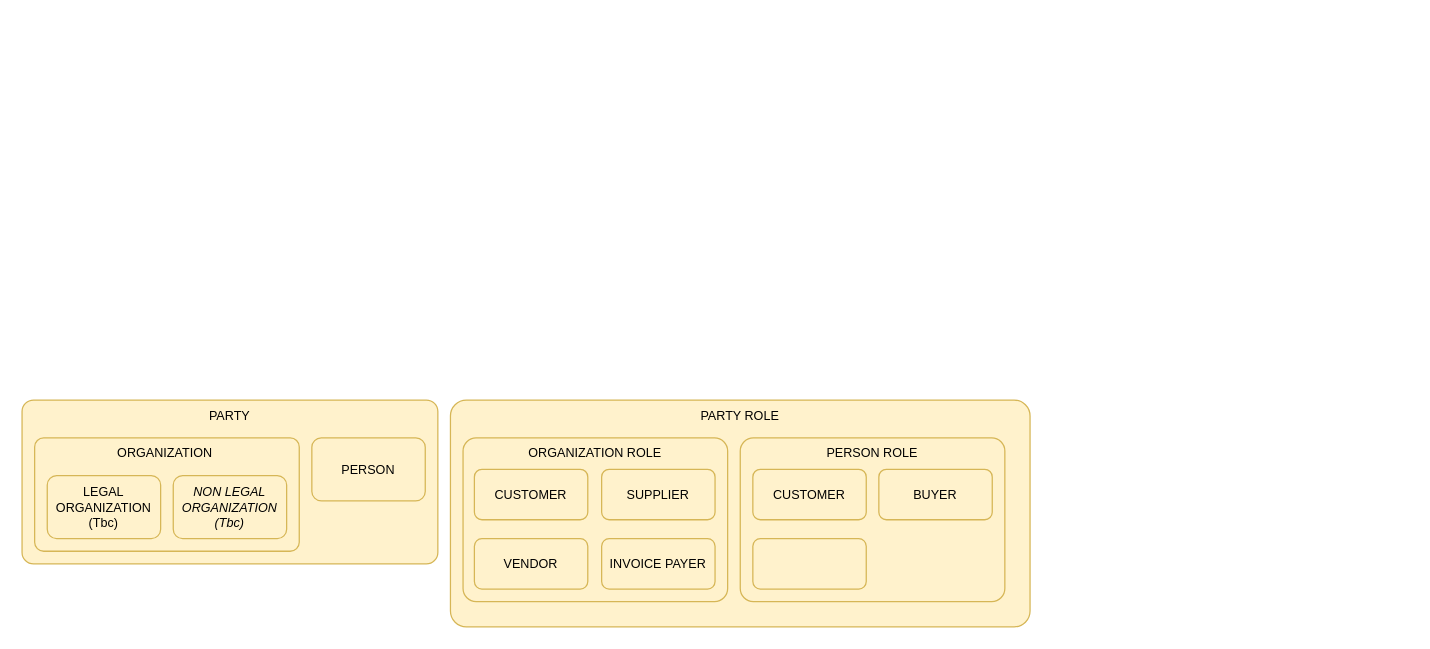
Earlier version of the draw.io diagram page "Page-5" (5 of 5) of docs/modeling/Customer-Manutan.drawio (pastel-gbetoho/PastelGbetoho-data-library). Source tidied: cells renumbered, new cells numbered last; positions are measured from the earlier drawing's top-left corner, leaving out a move shared by most shapes. Both pictures are drawn from the tidied source at 126%, with x=0, y=0 at pixel (21, 399).
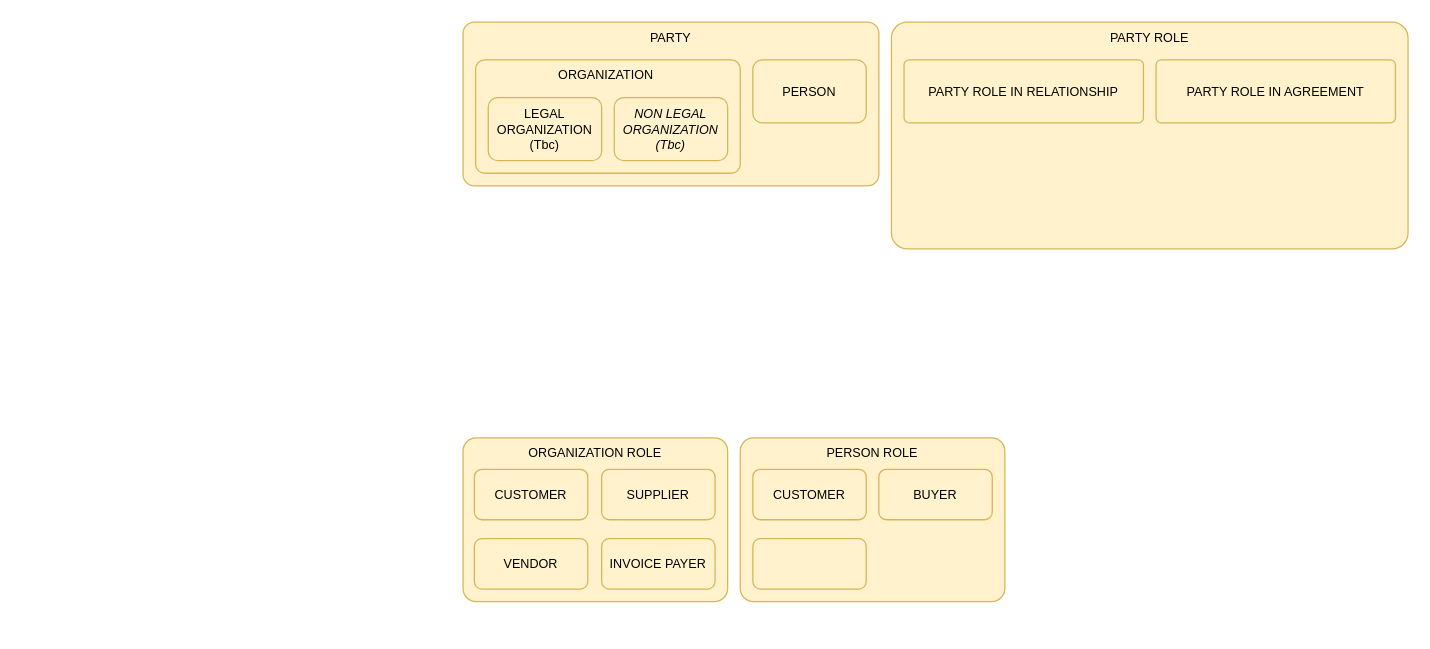
After the change.

Commit message:
Mettre à jour Customer-Manutan.drawio

Diff of the diagram source:
```diff
@@
 <mxGraphModel>
   <root>
     <mxCell id="0" />
     <mxCell id="1" parent="0" />
     <mxCell id="2" value="PARTY" style="rounded=1;whiteSpace=wrap;html=1;fillColor=#fff2cc;strokeColor=#d6b656;arcSize=7;verticalAlign=top;fontSize=10;" parent="1" vertex="1">
-      <mxGeometry width="330" height="130" as="geometry" />
+      <mxGeometry x="350" y="-300" width="330" height="130" as="geometry" />
     </mxCell>
     <mxCell id="3" value="ORGANIZATION&amp;nbsp;" style="rounded=1;whiteSpace=wrap;html=1;fillColor=#fff2cc;strokeColor=#d6b656;verticalAlign=top;arcSize=8;fontSize=10;" parent="1" vertex="1">
-      <mxGeometry x="10" y="30" width="210" height="90" as="geometry" />
+      <mxGeometry x="360" y="-270" width="210" height="90" as="geometry" />
     </mxCell>
     <mxCell id="4" value="LEGAL ORGANIZATION (Tbc)" style="rounded=1;whiteSpace=wrap;html=1;fillColor=#fff2cc;strokeColor=#d6b656;fontSize=10;" parent="1" vertex="1">
-      <mxGeometry x="20" y="60" width="90" height="50" as="geometry" />
+      <mxGeometry x="370" y="-240" width="90" height="50" as="geometry" />
     </mxCell>
     <mxCell id="5" value="NON LEGAL ORGANIZATION (Tbc)" style="rounded=1;whiteSpace=wrap;html=1;fillColor=#fff2cc;strokeColor=#d6b656;fontStyle=2;fontSize=10;" parent="1" vertex="1">
-      <mxGeometry x="120" y="60" width="90" height="50" as="geometry" />
+      <mxGeometry x="470" y="-240" width="90" height="50" as="geometry" />
     </mxCell>
     <mxCell id="6" value="PERSON" style="rounded=1;whiteSpace=wrap;html=1;fillColor=#fff2cc;strokeColor=#d6b656;fontSize=10;" parent="1" vertex="1">
-      <mxGeometry x="230" y="30" width="90" height="50" as="geometry" />
+      <mxGeometry x="580" y="-270" width="90" height="50" as="geometry" />
     </mxCell>
     <mxCell id="7" value="PARTY ROLE" style="rounded=1;whiteSpace=wrap;html=1;fillColor=#fff2cc;strokeColor=#d6b656;arcSize=7;verticalAlign=top;fontSize=10;" parent="1" vertex="1">
-      <mxGeometry x="340" width="460" height="180" as="geometry" />
+      <mxGeometry x="690" y="-300" width="410" height="180" as="geometry" />
     </mxCell>
     <mxCell id="8" value="ORGANIZATION ROLE" style="rounded=1;whiteSpace=wrap;html=1;fillColor=#fff2cc;strokeColor=#d6b656;verticalAlign=top;arcSize=8;fontSize=10;" parent="1" vertex="1">
       <mxGeometry x="350" y="30" width="210" height="130" as="geometry" />
     </mxCell>
     <mxCell id="9" value="CUSTOMER" style="rounded=1;whiteSpace=wrap;html=1;fillColor=#fff2cc;strokeColor=#d6b656;fontSize=10;" parent="1" vertex="1">
       <mxGeometry x="359" y="55" width="90" height="40" as="geometry" />
     </mxCell>
     <mxCell id="10" value="SUPPLIER" style="rounded=1;whiteSpace=wrap;html=1;fillColor=#fff2cc;strokeColor=#d6b656;fontSize=10;" parent="1" vertex="1">
       <mxGeometry x="460" y="55" width="90" height="40" as="geometry" />
     </mxCell>
     <mxCell id="11" value="VENDOR" style="rounded=1;whiteSpace=wrap;html=1;fillColor=#fff2cc;strokeColor=#d6b656;fontSize=10;" parent="1" vertex="1">
       <mxGeometry x="359" y="110" width="90" height="40" as="geometry" />
     </mxCell>
     <mxCell id="12" value="PERSON ROLE" style="rounded=1;whiteSpace=wrap;html=1;fillColor=#fff2cc;strokeColor=#d6b656;verticalAlign=top;arcSize=8;fontSize=10;" parent="1" vertex="1">
       <mxGeometry x="570" y="30" width="210" height="130" as="geometry" />
     </mxCell>
     <mxCell id="13" value="CUSTOMER" style="rounded=1;whiteSpace=wrap;html=1;fillColor=#fff2cc;strokeColor=#d6b656;fontSize=10;" parent="1" vertex="1">
       <mxGeometry x="580" y="55" width="90" height="40" as="geometry" />
     </mxCell>
     <mxCell id="14" value="BUYER" style="rounded=1;whiteSpace=wrap;html=1;fillColor=#fff2cc;strokeColor=#d6b656;fontSize=10;" parent="1" vertex="1">
       <mxGeometry x="680" y="55" width="90" height="40" as="geometry" />
     </mxCell>
     <mxCell id="15" value="INVOICE PAYER" style="rounded=1;whiteSpace=wrap;html=1;fillColor=#fff2cc;strokeColor=#d6b656;fontSize=10;" parent="1" vertex="1">
       <mxGeometry x="460" y="110" width="90" height="40" as="geometry" />
     </mxCell>
     <mxCell id="16" style="rounded=1;whiteSpace=wrap;html=1;fillColor=#fff2cc;strokeColor=#d6b656;fontSize=10;" parent="1" vertex="1">
       <mxGeometry x="580" y="110" width="90" height="40" as="geometry" />
     </mxCell>
+    <mxCell id="17" value="PARTY ROLE IN RELATIONSHIP" style="rounded=1;whiteSpace=wrap;html=1;fillColor=#fff2cc;strokeColor=#d6b656;verticalAlign=middle;arcSize=8;fontSize=10;" parent="1" vertex="1">
+      <mxGeometry x="700" y="-270" width="190" height="50" as="geometry" />
+    </mxCell>
+    <mxCell id="18" value="PARTY ROLE IN AGREEMENT" style="rounded=1;whiteSpace=wrap;html=1;fillColor=#fff2cc;strokeColor=#d6b656;verticalAlign=middle;arcSize=8;fontSize=10;" parent="1" vertex="1">
+      <mxGeometry x="900" y="-270" width="190" height="50" as="geometry" />
+    </mxCell>
   </root>
 </mxGraphModel>
```
